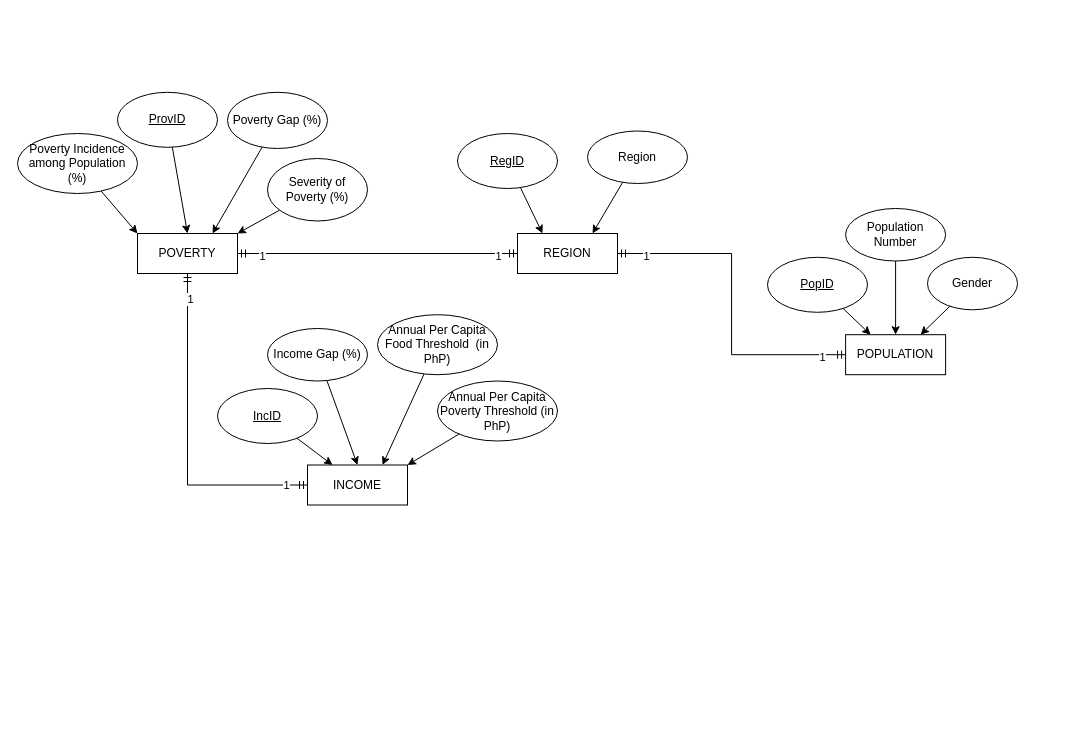
Above: page "ERD" (2 of 4) of DECapstone diagrams.drawio in vinsanity2022/SPARTACapstone (draw.io), before the change. Source tidied: cells renumbered, new cells numbered last; positions are measured from the earlier drawing's top-left corner, leaving out a move shared by most shapes. Both pictures are drawn from the tidied source at 100%, with x=0, y=0 at pixel (17, 92).
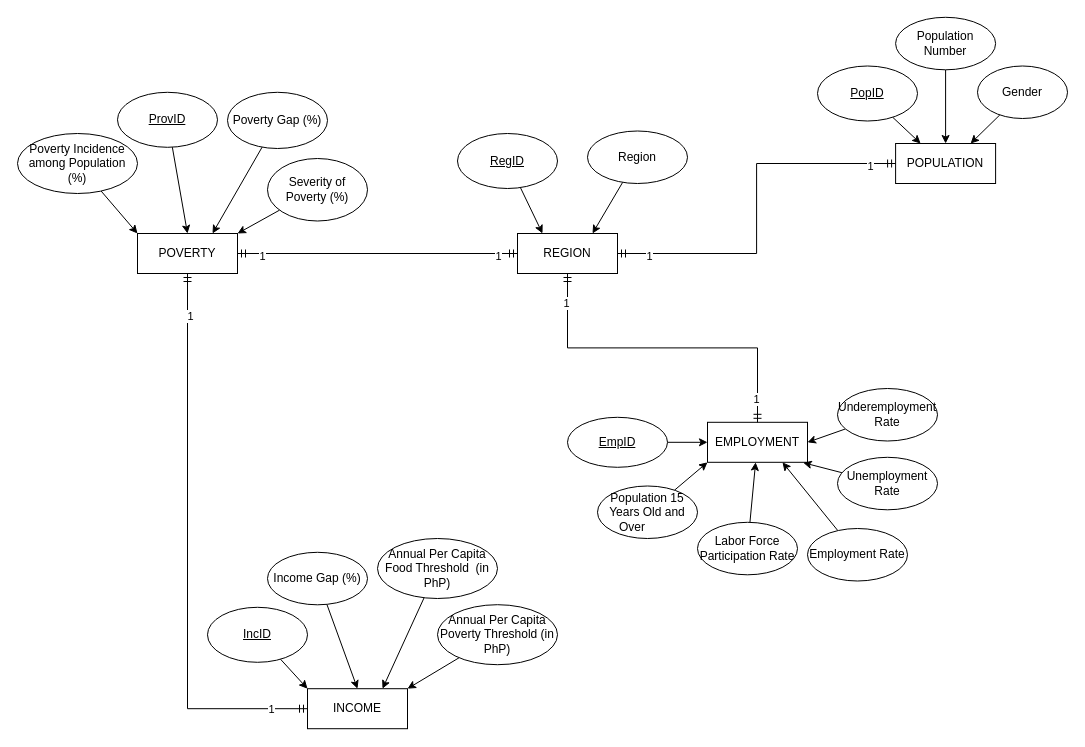
The same diagram, later.

The change refers to these unchanged cells:
```xml
<mxCell id="7" value="REGION" style="whiteSpace=wrap;html=1;align=center;" parent="1" vertex="1">
  <mxGeometry x="500" y="141" width="100" height="40" as="geometry" />
</mxCell>
```

The edit, as a diff of the source:
```diff
@@
     <mxCell id="17" value="INCOME" style="whiteSpace=wrap;html=1;align=center;" parent="1" vertex="1">
-      <mxGeometry x="290" y="372.5" width="100" height="40" as="geometry" />
+      <mxGeometry x="290" y="596.2" width="100" height="40" as="geometry" />
     </mxCell>
@@
     <mxCell id="19" value="Income Gap (%)" style="ellipse;whiteSpace=wrap;html=1;align=center;" parent="1" vertex="1">
-      <mxGeometry x="250" y="236" width="100" height="52.5" as="geometry" />
+      <mxGeometry x="250" y="459.8" width="100" height="52.5" as="geometry" />
     </mxCell>
-    <mxCell id="20" style="rounded=0;jettySize=auto;html=1;entryX=0.25;entryY=0;entryDx=0;entryDy=0;" parent="1" edge="1" source="21" target="17">
+    <mxCell id="20" style="rounded=0;jettySize=auto;html=1;entryX=0;entryY=0;entryDx=0;entryDy=0;" parent="1" edge="1" source="21" target="17">
       <mxGeometry relative="1" as="geometry" />
     </mxCell>
     <mxCell id="21" value="IncID" style="ellipse;whiteSpace=wrap;html=1;align=center;fontStyle=4;" parent="1" vertex="1">
-      <mxGeometry x="200" y="296" width="100" height="55" as="geometry" />
+      <mxGeometry x="190" y="514.8" width="100" height="55" as="geometry" />
     </mxCell>
@@
     <mxCell id="25" value="POPULATION" style="whiteSpace=wrap;html=1;align=center;" parent="1" vertex="1">
-      <mxGeometry x="828.1" y="242.2" width="100" height="40" as="geometry" />
+      <mxGeometry x="878.1" y="51" width="100" height="40" as="geometry" />
     </mxCell>
@@
     <mxCell id="27" value="Population Number" style="ellipse;whiteSpace=wrap;html=1;align=center;" parent="1" vertex="1">
-      <mxGeometry x="828.1" y="116" width="100" height="52.5" as="geometry" />
+      <mxGeometry x="878.1" y="-75.2" width="100" height="52.5" as="geometry" />
     </mxCell>
@@
     <mxCell id="29" value="PopID" style="ellipse;whiteSpace=wrap;html=1;align=center;fontStyle=4;" parent="1" vertex="1">
-      <mxGeometry x="750" y="164.8" width="100" height="55" as="geometry" />
+      <mxGeometry x="800" y="-26.5" width="100" height="55" as="geometry" />
     </mxCell>
@@
     <mxCell id="34" value="Gender" style="ellipse;whiteSpace=wrap;html=1;align=center;" parent="1" vertex="1">
-      <mxGeometry x="910" y="164.8" width="90" height="52.5" as="geometry" />
+      <mxGeometry x="960" y="-26.5" width="90" height="52.5" as="geometry" />
     </mxCell>
@@
     <mxCell id="36" value="Annual Per Capita Poverty Threshold (in PhP)" style="ellipse;whiteSpace=wrap;html=1;align=center;" parent="1" vertex="1">
-      <mxGeometry x="420" y="288.5" width="120" height="60" as="geometry" />
+      <mxGeometry x="420" y="512.2" width="120" height="60" as="geometry" />
     </mxCell>
@@
     <mxCell id="40" value="Annual Per Capita Food Threshold&amp;nbsp; (in PhP)" style="ellipse;whiteSpace=wrap;html=1;align=center;" parent="1" vertex="1">
-      <mxGeometry x="360" y="222.2" width="120" height="60" as="geometry" />
+      <mxGeometry x="360" y="446" width="120" height="60" as="geometry" />
     </mxCell>
+    <mxCell id="41" value="EMPLOYMENT" style="whiteSpace=wrap;html=1;align=center;" parent="1" vertex="1">
+      <mxGeometry x="690" y="329.8" width="100" height="40" as="geometry" />
+    </mxCell>
+    <mxCell id="42" style="rounded=0;jettySize=auto;html=1;" parent="1" edge="1" source="43" target="41">
+      <mxGeometry relative="1" as="geometry" />
+    </mxCell>
+    <mxCell id="43" value="EmpID" style="ellipse;whiteSpace=wrap;html=1;align=center;fontStyle=4;" parent="1" vertex="1">
+      <mxGeometry x="550" y="324.8" width="100" height="50" as="geometry" />
+    </mxCell>
+    <mxCell id="44" style="rounded=0;jettySize=auto;html=1;entryX=0;entryY=1;entryDx=0;entryDy=0;" parent="1" edge="1" source="45" target="41">
+      <mxGeometry relative="1" as="geometry" />
+    </mxCell>
+    <mxCell id="45" value="&lt;div style=&quot;&quot;&gt;&lt;span style=&quot;background-color: initial;&quot;&gt;Population 15 Years Old and Over&amp;nbsp; &amp;nbsp; &amp;nbsp; &amp;nbsp; &amp;nbsp;&lt;/span&gt;&lt;/div&gt;" style="ellipse;whiteSpace=wrap;html=1;align=center;" parent="1" vertex="1">
+      <mxGeometry x="580" y="393.5" width="100" height="52.5" as="geometry" />
+    </mxCell>
+    <mxCell id="46" style="rounded=0;jettySize=auto;html=1;entryX=0.75;entryY=1;entryDx=0;entryDy=0;" parent="1" edge="1" source="47" target="41">
+      <mxGeometry relative="1" as="geometry" />
+    </mxCell>
+    <mxCell id="47" value="Employment Rate" style="ellipse;whiteSpace=wrap;html=1;align=center;" parent="1" vertex="1">
+      <mxGeometry x="790" y="436" width="100" height="52.5" as="geometry" />
+    </mxCell>
+    <mxCell id="48" style="rounded=0;jettySize=auto;html=1;entryX=0.957;entryY=1.01;entryDx=0;entryDy=0;entryPerimeter=0;" parent="1" edge="1" source="49" target="41">
+      <mxGeometry relative="1" as="geometry" />
+    </mxCell>
+    <mxCell id="49" value="Unemployment Rate" style="ellipse;whiteSpace=wrap;html=1;align=center;" parent="1" vertex="1">
+      <mxGeometry x="820" y="364.8" width="100" height="52.5" as="geometry" />
+    </mxCell>
+    <mxCell id="50" style="rounded=0;jettySize=auto;html=1;" parent="1" edge="1" source="51" target="41">
+      <mxGeometry relative="1" as="geometry" />
+    </mxCell>
+    <mxCell id="51" value="Labor Force Participation Rate" style="ellipse;whiteSpace=wrap;html=1;align=center;" parent="1" vertex="1">
+      <mxGeometry x="680" y="429.8" width="100" height="52.5" as="geometry" />
+    </mxCell>
+    <mxCell id="52" style="rounded=0;jettySize=auto;html=1;entryX=1;entryY=0.5;entryDx=0;entryDy=0;" parent="1" edge="1" source="53" target="41">
+      <mxGeometry relative="1" as="geometry" />
+    </mxCell>
+    <mxCell id="53" value="Underemployment Rate" style="ellipse;whiteSpace=wrap;html=1;align=center;" parent="1" vertex="1">
+      <mxGeometry x="820" y="296" width="100" height="52.5" as="geometry" />
+    </mxCell>
+    <mxCell id="54" style="edgeStyle=orthogonalEdgeStyle;fontSize=12;html=1;endArrow=ERmandOne;startArrow=ERmandOne;rounded=0;exitX=0.5;exitY=1;exitDx=0;exitDy=0;entryX=0.5;entryY=0;entryDx=0;entryDy=0;" parent="1" edge="1" source="7" target="41">
+      <mxGeometry relative="1" as="geometry" />
+    </mxCell>
+    <mxCell id="55" value="1" style="edgeLabel;html=1;align=center;verticalAlign=middle;" parent="54" vertex="1">
+      <mxGeometry x="-0.83" y="-2" relative="1" as="geometry" />
+    </mxCell>
+    <mxCell id="56" value="1" style="edgeLabel;html=1;align=center;verticalAlign=middle;" parent="54" vertex="1">
+      <mxGeometry x="0.86" y="-2" relative="1" as="geometry" />
+    </mxCell>
```
